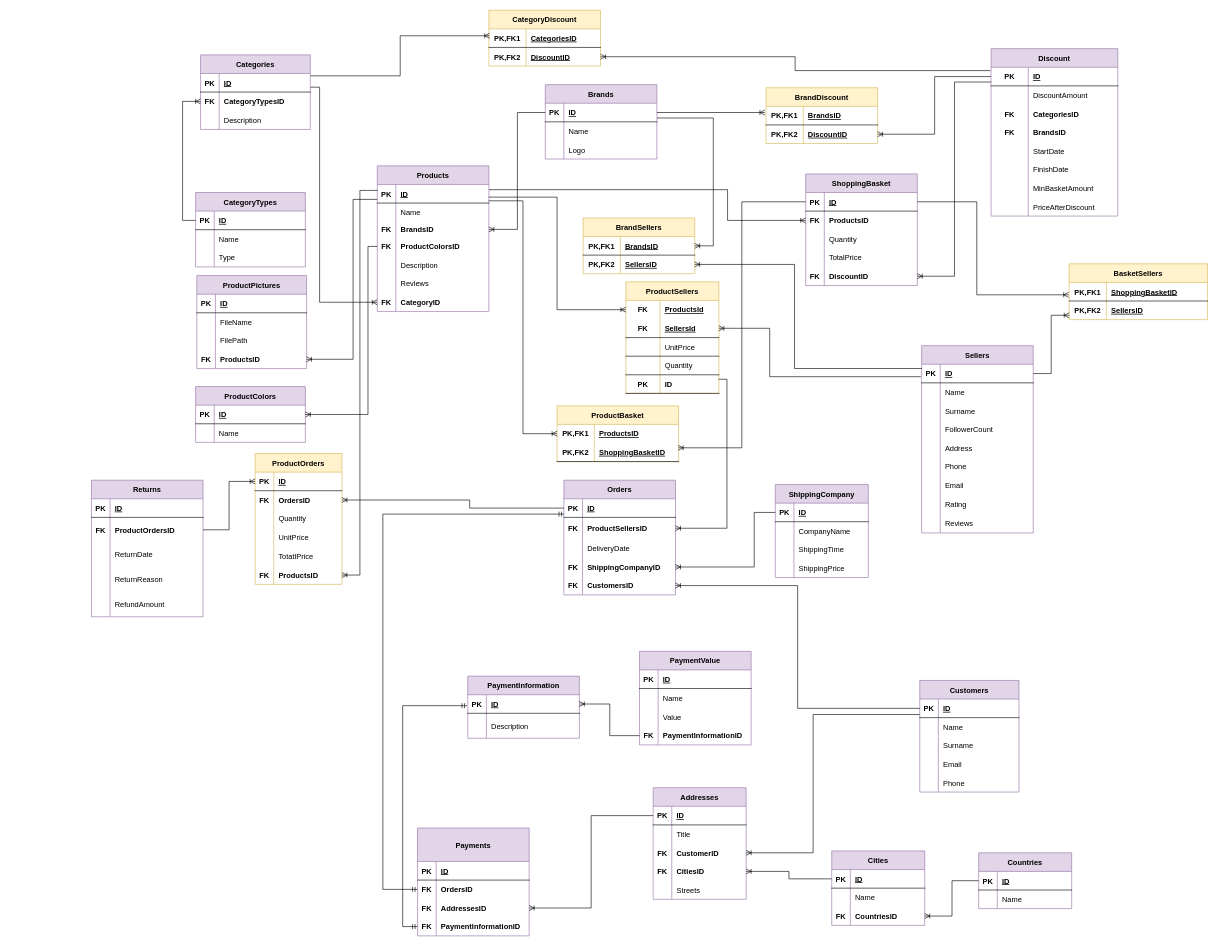
Above: Son.drawio in HandeYetisen/Python (draw.io), before the change. Source tidied: cells renumbered, new cells numbered last; positions are measured from the earlier drawing's top-left corner, leaving out a move shared by most shapes. Both pictures are drawn from the tidied source at 62%, with x=0, y=0 at pixel (91, 10).
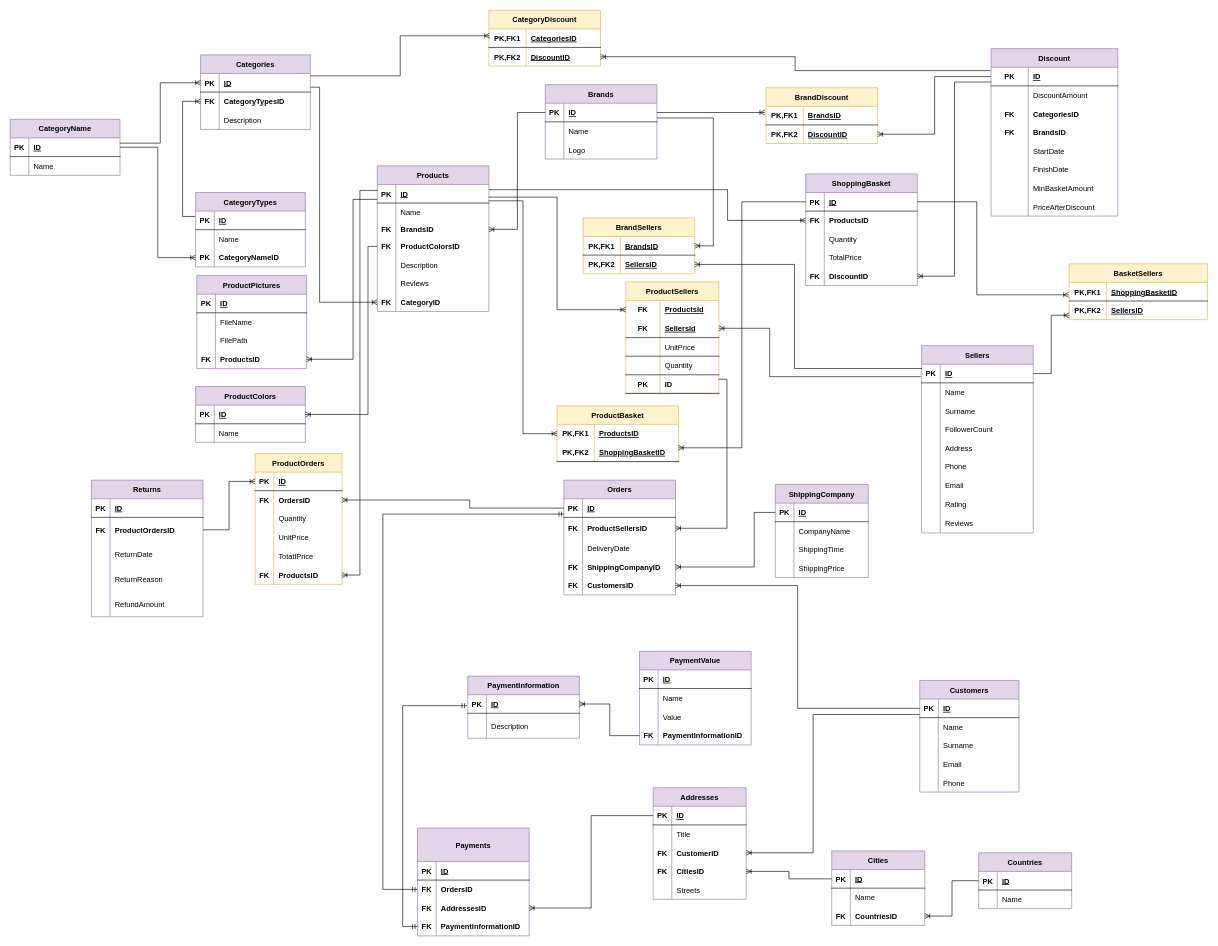
Above is the later version.

The change refers to these unchanged cells:
```xml
<mxCell id="25" style="shape=tableRow;horizontal=0;startSize=0;swimlaneHead=0;swimlaneBody=0;fillColor=none;points=[[0,0.5],[1,0.5]];portConstraint=eastwest;top=0;left=0;right=0;bottom=1;" parent="24" vertex="1">
  <mxGeometry y="30" width="177" height="30" as="geometry" />
</mxCell>
<mxCell id="28" style="shape=tableRow;horizontal=0;startSize=0;swimlaneHead=0;swimlaneBody=0;fillColor=none;points=[[0,0.5],[1,0.5]];portConstraint=eastwest;top=0;left=0;right=0;bottom=0;" parent="24" vertex="1">
  <mxGeometry y="60" width="177" height="30" as="geometry" />
</mxCell>
<mxCell id="264" style="shape=tableRow;horizontal=0;startSize=0;swimlaneHead=0;swimlaneBody=0;fillColor=none;points=[[0,0.5],[1,0.5]];portConstraint=eastwest;top=0;left=0;right=0;bottom=1;" parent="263" vertex="1">
  <mxGeometry y="30" width="177" height="30" as="geometry" />
</mxCell>
<mxCell id="270" style="shape=tableRow;horizontal=0;startSize=0;swimlaneHead=0;swimlaneBody=0;fillColor=none;points=[[0,0.5],[1,0.5]];portConstraint=eastwest;top=0;left=0;right=0;bottom=0;" parent="263" vertex="1">
  <mxGeometry y="90" width="177" height="30" as="geometry" />
</mxCell>
```

Change to the diagram source:
```diff
@@
-    <mxCell id="271" style="shape=partialRectangle;fillColor=none;top=0;left=0;bottom=0;right=0;overflow=hidden;" parent="270" vertex="1">
+    <mxCell id="271" value="PK" style="shape=partialRectangle;fillColor=none;top=0;left=0;bottom=0;right=0;overflow=hidden;fontStyle=1;" parent="270" vertex="1">
       <mxGeometry width="30" height="30" as="geometry" />
     </mxCell>
-    <mxCell id="272" value="Type" style="shape=partialRectangle;fillColor=none;top=0;left=0;bottom=0;right=0;align=left;spacingLeft=6;overflow=hidden;" parent="270" vertex="1">
+    <mxCell id="272" value="CategoryNameID" style="shape=partialRectangle;fillColor=none;top=0;left=0;bottom=0;right=0;align=left;spacingLeft=6;overflow=hidden;fontStyle=1;" parent="270" vertex="1">
       <mxGeometry x="30" width="147" height="30" as="geometry" />
     </mxCell>
-    <mxCell id="273" style="edgeStyle=elbowEdgeStyle;fontSize=12;html=1;endArrow=ERoneToMany;rounded=0;exitX=0;exitY=0.5;exitDx=0;exitDy=0;entryX=0;entryY=0.5;entryDx=0;entryDy=0;" parent="1" edge="1" source="264" target="28">
+    <mxCell id="273" style="edgeStyle=elbowEdgeStyle;fontSize=12;html=1;endArrow=ERoneToMany;rounded=0;exitX=-0.005;exitY=0.288;exitDx=0;exitDy=0;entryX=0;entryY=0.5;entryDx=0;entryDy=0;exitPerimeter=0;" parent="1" edge="1" source="264" target="28">
       <mxGeometry relative="1" as="geometry">
         <Array as="points">
           <mxPoint x="147" y="246" />
         </Array>
       </mxGeometry>
     </mxCell>
@@
+    <mxCell id="375" value="CategoryName" style="shape=table;startSize=30;childLayout=tableLayout;rowLines=0;fontStyle=1;align=center;fillColor=#e1d5e7;strokeColor=#9673a6;" parent="1" vertex="1">
+      <mxGeometry x="-131" y="176" width="177" height="90.3" as="geometry" />
+    </mxCell>
+    <mxCell id="376" style="shape=tableRow;horizontal=0;startSize=0;swimlaneHead=0;swimlaneBody=0;fillColor=none;points=[[0,0.5],[1,0.5]];portConstraint=eastwest;top=0;left=0;right=0;bottom=1;" parent="375" vertex="1">
+      <mxGeometry y="30" width="177" height="30" as="geometry" />
+    </mxCell>
+    <mxCell id="377" value="PK" style="shape=partialRectangle;fillColor=none;top=0;left=0;bottom=0;right=0;fontStyle=1;overflow=hidden;" parent="376" vertex="1">
+      <mxGeometry width="30" height="30" as="geometry" />
+    </mxCell>
+    <mxCell id="378" value="ID" style="shape=partialRectangle;fillColor=none;top=0;left=0;bottom=0;right=0;align=left;spacingLeft=6;fontStyle=5;overflow=hidden;" parent="376" vertex="1">
+      <mxGeometry x="30" width="147" height="30" as="geometry" />
+    </mxCell>
+    <mxCell id="379" style="shape=tableRow;horizontal=0;startSize=0;swimlaneHead=0;swimlaneBody=0;fillColor=none;top=0;left=0;right=0;bottom=0;" parent="375" vertex="1">
+      <mxGeometry y="60" width="177" height="30" as="geometry" />
+    </mxCell>
+    <mxCell id="380" style="shape=partialRectangle;fillColor=none;top=0;left=0;bottom=0;right=0;overflow=hidden;fontStyle=1;" parent="379" vertex="1">
+      <mxGeometry width="30" height="30" as="geometry" />
+    </mxCell>
+    <mxCell id="381" value="Name" style="shape=partialRectangle;fillColor=none;top=0;left=0;bottom=0;right=0;align=left;spacingLeft=6;overflow=hidden;fontStyle=0;" parent="379" vertex="1">
+      <mxGeometry x="30" width="147" height="30" as="geometry" />
+    </mxCell>
+    <mxCell id="382" style="edgeStyle=elbowEdgeStyle;fontSize=12;html=1;endArrow=ERoneToMany;rounded=0;entryX=0;entryY=0.5;entryDx=0;entryDy=0;exitX=0.998;exitY=0.279;exitDx=0;exitDy=0;exitPerimeter=0;" parent="1" edge="1" source="376" target="25">
+      <mxGeometry relative="1" as="geometry" />
+    </mxCell>
+    <mxCell id="383" style="edgeStyle=elbowEdgeStyle;fontSize=12;html=1;endArrow=ERoneToMany;rounded=0;exitX=1;exitY=0.5;exitDx=0;exitDy=0;entryX=0;entryY=0.5;entryDx=0;entryDy=0;" parent="1" edge="1" source="376" target="270">
+      <mxGeometry relative="1" as="geometry" />
+    </mxCell>
```
